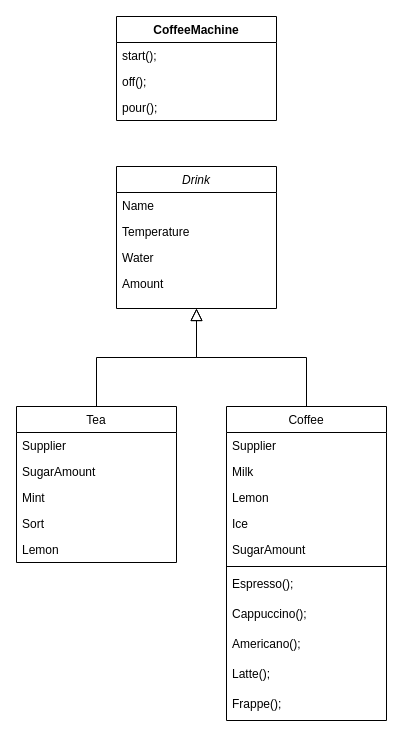
programmers42p/CoffeMachineApp keeps this draw.io diagram as Диаграммы/classesDiagram.drawio. Above is the earlier version. Source tidied: cells renumbered, new cells numbered last; positions are measured from the earlier drawing's top-left corner, leaving out a move shared by most shapes. Both pictures are drawn from the tidied source at 100%, with x=0, y=0 at pixel (16, 16).
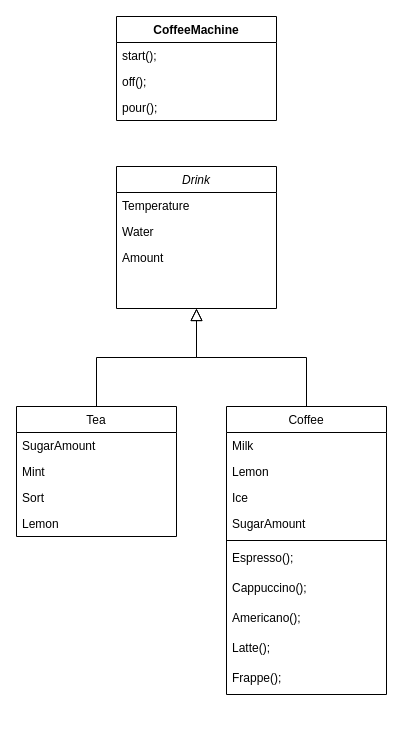
The same page after the edit.

The change refers to these unchanged cells:
```xml
<mxCell id="2" value="Drink" style="swimlane;fontStyle=2;align=center;verticalAlign=top;horizontal=1;startSize=26;rounded=0;shadow=0;strokeWidth=1;" parent="1" vertex="1">
  <mxGeometry x="100" y="150" width="160" height="142" as="geometry" />
</mxCell>
```

The edit, as a diff of the source:
```diff
@@
-    <mxCell id="3" value="Name" style="text;align=left;verticalAlign=top;spacingLeft=4;spacingRight=4;overflow=hidden;" parent="2" vertex="1">
-      <mxGeometry y="26" width="160" height="26" as="geometry" />
-    </mxCell>
     <mxCell id="4" value="Temperature" style="text;align=left;verticalAlign=top;spacingLeft=4;spacingRight=4;overflow=hidden;rounded=0;shadow=0;html=0;" parent="2" vertex="1">
-      <mxGeometry y="52" width="160" height="26" as="geometry" />
+      <mxGeometry y="26" width="160" height="26" as="geometry" />
     </mxCell>
     <mxCell id="5" value="Water" style="text;align=left;verticalAlign=top;spacingLeft=4;spacingRight=4;overflow=hidden;rounded=0;shadow=0;html=0;" parent="2" vertex="1">
-      <mxGeometry y="78" width="160" height="26" as="geometry" />
+      <mxGeometry y="52" width="160" height="26" as="geometry" />
     </mxCell>
     <mxCell id="6" value="Amount" style="text;strokeColor=none;fillColor=none;align=left;verticalAlign=top;spacingLeft=4;spacingRight=4;overflow=hidden;" parent="2" vertex="1">
-      <mxGeometry y="104" width="160" height="26" as="geometry" />
+      <mxGeometry y="78" width="160" height="26" as="geometry" />
     </mxCell>
     <mxCell id="7" value="Tea" style="swimlane;fontStyle=0;align=center;verticalAlign=top;horizontal=1;startSize=26;rounded=0;shadow=0;strokeWidth=1;" parent="1" vertex="1">
-      <mxGeometry y="390" width="160" height="156" as="geometry" />
+      <mxGeometry y="390" width="160" height="130" as="geometry" />
     </mxCell>
-    <mxCell id="8" value="Supplier" style="text;align=left;verticalAlign=top;spacingLeft=4;spacingRight=4;overflow=hidden;" parent="7" vertex="1">
-      <mxGeometry y="26" width="160" height="26" as="geometry" />
-    </mxCell>
     <mxCell id="9" value="SugarAmount" style="text;strokeColor=none;fillColor=none;align=left;verticalAlign=top;spacingLeft=4;spacingRight=4;overflow=hidden;" parent="7" vertex="1">
-      <mxGeometry y="52" width="160" height="26" as="geometry" />
+      <mxGeometry y="26" width="160" height="26" as="geometry" />
     </mxCell>
     <mxCell id="10" value="Mint" style="text;strokeColor=none;fillColor=none;align=left;verticalAlign=top;spacingLeft=4;spacingRight=4;overflow=hidden;" parent="7" vertex="1">
-      <mxGeometry y="78" width="160" height="26" as="geometry" />
+      <mxGeometry y="52" width="160" height="26" as="geometry" />
     </mxCell>
     <mxCell id="11" value="Sort" style="text;strokeColor=none;fillColor=none;align=left;verticalAlign=top;spacingLeft=4;spacingRight=4;overflow=hidden;" parent="7" vertex="1">
-      <mxGeometry y="104" width="160" height="26" as="geometry" />
+      <mxGeometry y="78" width="160" height="26" as="geometry" />
     </mxCell>
     <mxCell id="12" value="Lemon" style="text;strokeColor=none;fillColor=none;align=left;verticalAlign=top;spacingLeft=4;spacingRight=4;overflow=hidden;" parent="7" vertex="1">
-      <mxGeometry y="130" width="160" height="26" as="geometry" />
+      <mxGeometry y="104" width="160" height="26" as="geometry" />
     </mxCell>
@@
     <mxCell id="14" value="Coffee" style="swimlane;fontStyle=0;align=center;verticalAlign=top;horizontal=1;startSize=26;rounded=0;shadow=0;strokeWidth=1;" parent="1" vertex="1">
-      <mxGeometry x="210" y="390" width="160" height="314" as="geometry" />
+      <mxGeometry x="210" y="390" width="160" height="288" as="geometry" />
     </mxCell>
-    <mxCell id="15" value="Supplier" style="text;align=left;verticalAlign=top;spacingLeft=4;spacingRight=4;overflow=hidden;" parent="14" vertex="1">
-      <mxGeometry y="26" width="160" height="26" as="geometry" />
-    </mxCell>
     <mxCell id="16" value="Milk" style="text;strokeColor=none;fillColor=none;align=left;verticalAlign=top;spacingLeft=4;spacingRight=4;overflow=hidden;" parent="14" vertex="1">
-      <mxGeometry y="52" width="160" height="26" as="geometry" />
+      <mxGeometry y="26" width="160" height="26" as="geometry" />
     </mxCell>
     <mxCell id="17" value="Lemon" style="text;strokeColor=none;fillColor=none;align=left;verticalAlign=top;spacingLeft=4;spacingRight=4;overflow=hidden;" parent="14" vertex="1">
-      <mxGeometry y="78" width="160" height="26" as="geometry" />
+      <mxGeometry y="52" width="160" height="26" as="geometry" />
     </mxCell>
     <mxCell id="18" value="Ice" style="text;strokeColor=none;fillColor=none;align=left;verticalAlign=top;spacingLeft=4;spacingRight=4;overflow=hidden;" parent="14" vertex="1">
-      <mxGeometry y="104" width="160" height="26" as="geometry" />
+      <mxGeometry y="78" width="160" height="26" as="geometry" />
     </mxCell>
     <mxCell id="19" value="SugarAmount" style="text;strokeColor=none;fillColor=none;align=left;verticalAlign=top;spacingLeft=4;spacingRight=4;overflow=hidden;" parent="14" vertex="1">
-      <mxGeometry y="130" width="160" height="26" as="geometry" />
+      <mxGeometry y="104" width="160" height="26" as="geometry" />
     </mxCell>
     <mxCell id="20" style="line;html=1;strokeWidth=1;align=left;verticalAlign=middle;spacingTop=-1;spacingLeft=3;spacingRight=3;labelPosition=right;" parent="14" vertex="1">
-      <mxGeometry y="156" width="160" height="8" as="geometry" />
+      <mxGeometry y="130" width="160" height="8" as="geometry" />
     </mxCell>
     <mxCell id="21" value="Espresso();" style="text;strokeColor=none;fillColor=none;align=left;verticalAlign=top;spacingLeft=4;spacingRight=4;overflow=hidden;" parent="14" vertex="1">
-      <mxGeometry y="164" width="160" height="30" as="geometry" />
+      <mxGeometry y="138" width="160" height="30" as="geometry" />
     </mxCell>
     <mxCell id="22" value="Cappuccino();" style="text;strokeColor=none;fillColor=none;align=left;verticalAlign=top;spacingLeft=4;spacingRight=4;overflow=hidden;" parent="14" vertex="1">
-      <mxGeometry y="194" width="160" height="30" as="geometry" />
+      <mxGeometry y="168" width="160" height="30" as="geometry" />
     </mxCell>
     <mxCell id="23" value="Americano();" style="text;strokeColor=none;fillColor=none;align=left;verticalAlign=top;spacingLeft=4;spacingRight=4;overflow=hidden;" parent="14" vertex="1">
-      <mxGeometry y="224" width="160" height="30" as="geometry" />
+      <mxGeometry y="198" width="160" height="30" as="geometry" />
     </mxCell>
     <mxCell id="24" value="Latte();" style="text;strokeColor=none;fillColor=none;align=left;verticalAlign=top;spacingLeft=4;spacingRight=4;overflow=hidden;" parent="14" vertex="1">
-      <mxGeometry y="254" width="160" height="30" as="geometry" />
+      <mxGeometry y="228" width="160" height="30" as="geometry" />
     </mxCell>
     <mxCell id="25" value="Frappe();" style="text;strokeColor=none;fillColor=none;align=left;verticalAlign=top;spacingLeft=4;spacingRight=4;overflow=hidden;" parent="14" vertex="1">
-      <mxGeometry y="284" width="160" height="30" as="geometry" />
+      <mxGeometry y="258" width="160" height="30" as="geometry" />
     </mxCell>
```
